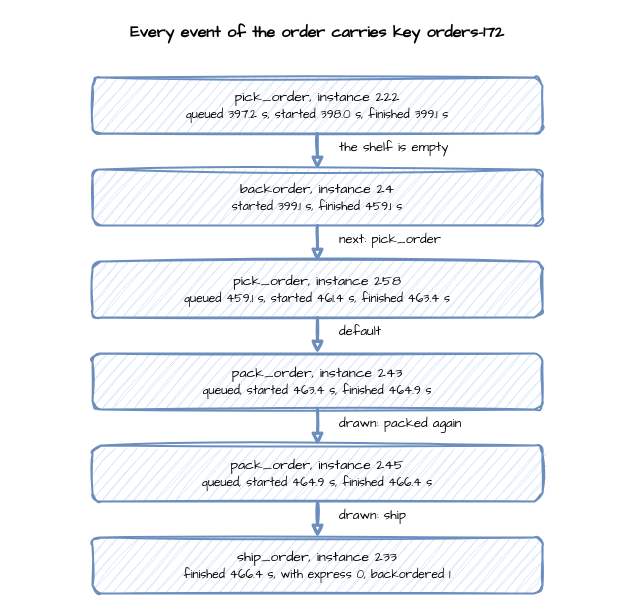
Before: docs/assets/diagrams/entity-key-timeline.drawio in jaehyeon-kim/desflow, a draw.io diagram. Source tidied: cells renumbered, new cells numbered last; positions are measured from the earlier drawing's top-left corner, leaving out a move shared by most shapes. Both pictures are drawn from the tidied source at 100%, with x=0, y=0 at pixel (17, 17).
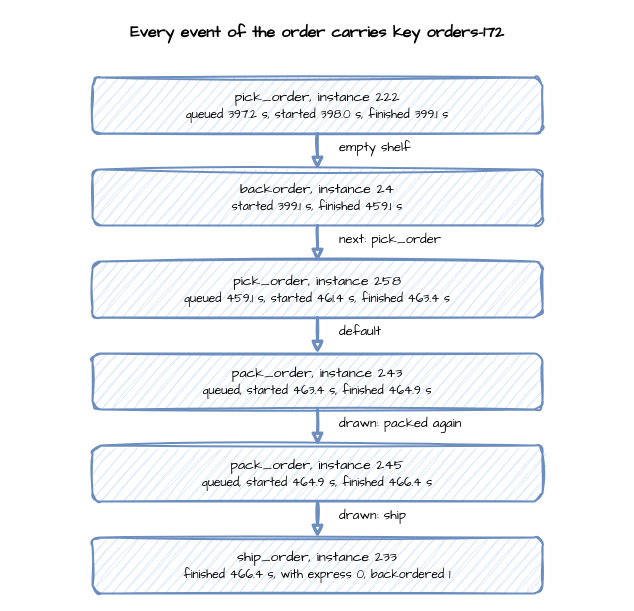
The same page after the edit.

What changed in the source:
```diff
@@
 <mxGraphModel>
   <root>
     <mxCell id="0" />
     <mxCell id="1" parent="0" />
     <mxCell id="2" value="Every event of the order carries key orders-172" style="text;html=1;align=center;verticalAlign=middle;whiteSpace=wrap;fontFamily=Comic Sans MS;fontSize=16;fontStyle=1;" parent="1" vertex="1">
       <mxGeometry width="600" height="30" as="geometry" />
     </mxCell>
     <mxCell id="3" value="pick_order, instance 222&lt;br&gt;&lt;font style='font-size:12px'&gt;queued 397.2 s, started 398.0 s, finished 399.1 s&lt;/font&gt;" style="rounded=1;whiteSpace=wrap;html=1;sketch=1;curveFitting=1;jiggle=2;fontFamily=Comic Sans MS;fontSize=14;fillColor=#dae8fc;strokeColor=#6c8ebf;strokeWidth=2;" parent="1" vertex="1">
       <mxGeometry x="75" y="60" width="450" height="56" as="geometry" />
     </mxCell>
     <mxCell id="4" value="backorder, instance 24&lt;br&gt;&lt;font style='font-size:12px'&gt;started 399.1 s, finished 459.1 s&lt;/font&gt;" style="rounded=1;whiteSpace=wrap;html=1;sketch=1;curveFitting=1;jiggle=2;fontFamily=Comic Sans MS;fontSize=14;fillColor=#dae8fc;strokeColor=#6c8ebf;strokeWidth=2;" parent="1" vertex="1">
       <mxGeometry x="75" y="152" width="450" height="56" as="geometry" />
     </mxCell>
     <mxCell id="5" style="edgeStyle=orthogonalEdgeStyle;rounded=0;sketch=1;html=1;strokeWidth=3;endArrow=block;strokeColor=#6c8ebf;fontFamily=Comic Sans MS;fontSize=13;labelBackgroundColor=#ffffff;exitX=0.5;exitY=1;exitDx=0;exitDy=0;entryX=0.5;entryY=0;entryDx=0;entryDy=0;" parent="1" edge="1" source="3" target="4">
       <mxGeometry relative="1" as="geometry" />
     </mxCell>
-    <mxCell id="6" value="the shelf is empty" style="text;html=1;align=left;verticalAlign=middle;whiteSpace=wrap;fontFamily=Comic Sans MS;fontSize=13;" parent="1" vertex="1">
+    <mxCell id="6" value="empty shelf" style="text;html=1;align=left;verticalAlign=middle;whiteSpace=wrap;fontFamily=Comic Sans MS;fontSize=13;" parent="1" vertex="1">
       <mxGeometry x="320" y="118" width="220" height="24" as="geometry" />
     </mxCell>
     <mxCell id="7" value="pick_order, instance 258&lt;br&gt;&lt;font style='font-size:12px'&gt;queued 459.1 s, started 461.4 s, finished 463.4 s&lt;/font&gt;" style="rounded=1;whiteSpace=wrap;html=1;sketch=1;curveFitting=1;jiggle=2;fontFamily=Comic Sans MS;fontSize=14;fillColor=#dae8fc;strokeColor=#6c8ebf;strokeWidth=2;" parent="1" vertex="1">
       <mxGeometry x="75" y="244" width="450" height="56" as="geometry" />
     </mxCell>
     <mxCell id="8" style="edgeStyle=orthogonalEdgeStyle;rounded=0;sketch=1;html=1;strokeWidth=3;endArrow=block;strokeColor=#6c8ebf;fontFamily=Comic Sans MS;fontSize=13;labelBackgroundColor=#ffffff;exitX=0.5;exitY=1;exitDx=0;exitDy=0;entryX=0.5;entryY=0;entryDx=0;entryDy=0;" parent="1" edge="1" source="4" target="7">
       <mxGeometry relative="1" as="geometry" />
     </mxCell>
     <mxCell id="9" value="next: pick_order" style="text;html=1;align=left;verticalAlign=middle;whiteSpace=wrap;fontFamily=Comic Sans MS;fontSize=13;" parent="1" vertex="1">
       <mxGeometry x="320" y="210" width="220" height="24" as="geometry" />
     </mxCell>
     <mxCell id="10" value="pack_order, instance 243&lt;br&gt;&lt;font style='font-size:12px'&gt;queued, started 463.4 s, finished 464.9 s&lt;/font&gt;" style="rounded=1;whiteSpace=wrap;html=1;sketch=1;curveFitting=1;jiggle=2;fontFamily=Comic Sans MS;fontSize=14;fillColor=#dae8fc;strokeColor=#6c8ebf;strokeWidth=2;" parent="1" vertex="1">
       <mxGeometry x="75" y="336" width="450" height="56" as="geometry" />
     </mxCell>
     <mxCell id="11" style="edgeStyle=orthogonalEdgeStyle;rounded=0;sketch=1;html=1;strokeWidth=3;endArrow=block;strokeColor=#6c8ebf;fontFamily=Comic Sans MS;fontSize=13;labelBackgroundColor=#ffffff;exitX=0.5;exitY=1;exitDx=0;exitDy=0;entryX=0.5;entryY=0;entryDx=0;entryDy=0;" parent="1" edge="1" source="7" target="10">
       <mxGeometry relative="1" as="geometry" />
     </mxCell>
     <mxCell id="12" value="default" style="text;html=1;align=left;verticalAlign=middle;whiteSpace=wrap;fontFamily=Comic Sans MS;fontSize=13;" parent="1" vertex="1">
       <mxGeometry x="320" y="302" width="220" height="24" as="geometry" />
     </mxCell>
     <mxCell id="13" value="pack_order, instance 245&lt;br&gt;&lt;font style='font-size:12px'&gt;queued, started 464.9 s, finished 466.4 s&lt;/font&gt;" style="rounded=1;whiteSpace=wrap;html=1;sketch=1;curveFitting=1;jiggle=2;fontFamily=Comic Sans MS;fontSize=14;fillColor=#dae8fc;strokeColor=#6c8ebf;strokeWidth=2;" parent="1" vertex="1">
       <mxGeometry x="75" y="428" width="450" height="56" as="geometry" />
     </mxCell>
     <mxCell id="14" style="edgeStyle=orthogonalEdgeStyle;rounded=0;sketch=1;html=1;strokeWidth=3;endArrow=block;strokeColor=#6c8ebf;fontFamily=Comic Sans MS;fontSize=13;labelBackgroundColor=#ffffff;exitX=0.5;exitY=1;exitDx=0;exitDy=0;entryX=0.5;entryY=0;entryDx=0;entryDy=0;" parent="1" edge="1" source="10" target="13">
       <mxGeometry relative="1" as="geometry" />
     </mxCell>
     <mxCell id="15" value="drawn: packed again" style="text;html=1;align=left;verticalAlign=middle;whiteSpace=wrap;fontFamily=Comic Sans MS;fontSize=13;" parent="1" vertex="1">
       <mxGeometry x="320" y="394" width="220" height="24" as="geometry" />
     </mxCell>
     <mxCell id="16" value="ship_order, instance 233&lt;br&gt;&lt;font style='font-size:12px'&gt;finished 466.4 s, with express 0, backordered 1&lt;/font&gt;" style="rounded=1;whiteSpace=wrap;html=1;sketch=1;curveFitting=1;jiggle=2;fontFamily=Comic Sans MS;fontSize=14;fillColor=#dae8fc;strokeColor=#6c8ebf;strokeWidth=2;" parent="1" vertex="1">
       <mxGeometry x="75" y="520" width="450" height="56" as="geometry" />
     </mxCell>
     <mxCell id="17" style="edgeStyle=orthogonalEdgeStyle;rounded=0;sketch=1;html=1;strokeWidth=3;endArrow=block;strokeColor=#6c8ebf;fontFamily=Comic Sans MS;fontSize=13;labelBackgroundColor=#ffffff;exitX=0.5;exitY=1;exitDx=0;exitDy=0;entryX=0.5;entryY=0;entryDx=0;entryDy=0;" parent="1" edge="1" source="13" target="16">
       <mxGeometry relative="1" as="geometry" />
     </mxCell>
     <mxCell id="18" value="drawn: ship" style="text;html=1;align=left;verticalAlign=middle;whiteSpace=wrap;fontFamily=Comic Sans MS;fontSize=13;" parent="1" vertex="1">
       <mxGeometry x="320" y="486" width="220" height="24" as="geometry" />
     </mxCell>
   </root>
 </mxGraphModel>
```
